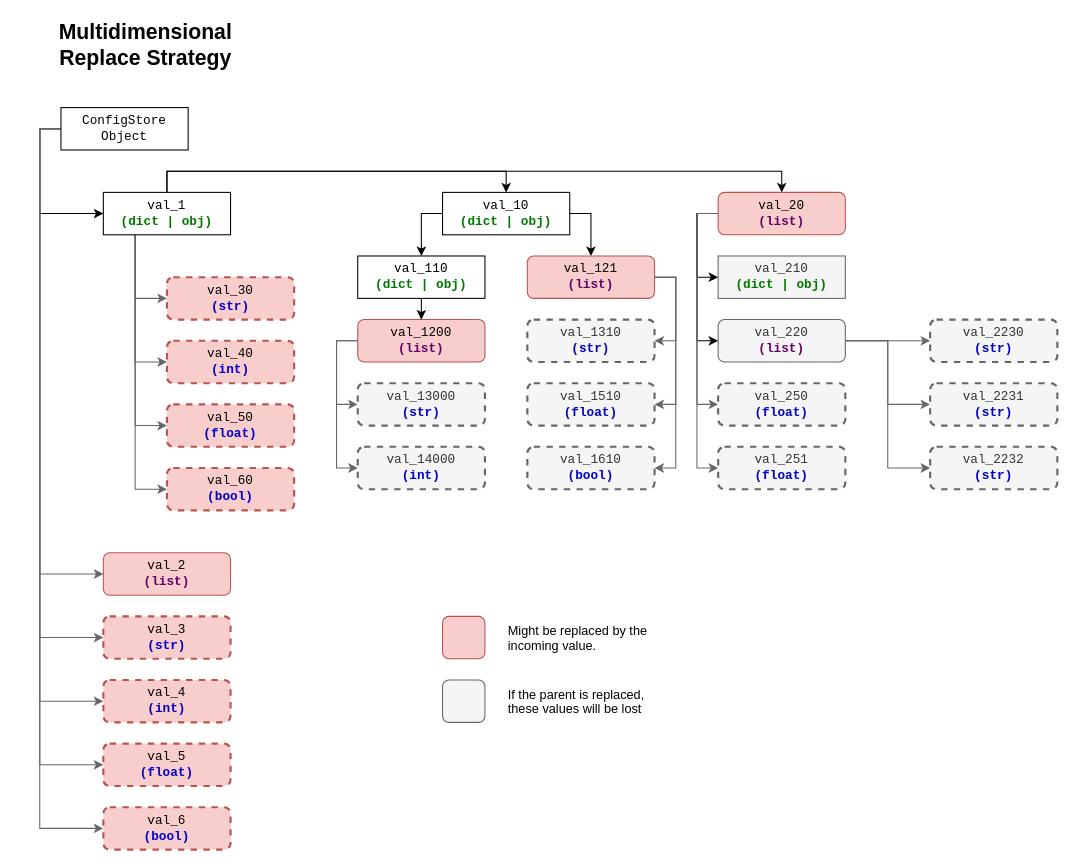
Earlier version of the draw.io diagram page "Recursive Strategy, List Replace" (2 of 3) of docs/schemes/merging-strategies.drawio (PandaHugMonster/py-simputils-config). Source tidied: cells renumbered, new cells numbered last; positions are measured from the earlier drawing's top-left corner, leaving out a move shared by most shapes. Both pictures are drawn from the tidied source at 106%, with x=0, y=0 at pixel (18, 22).
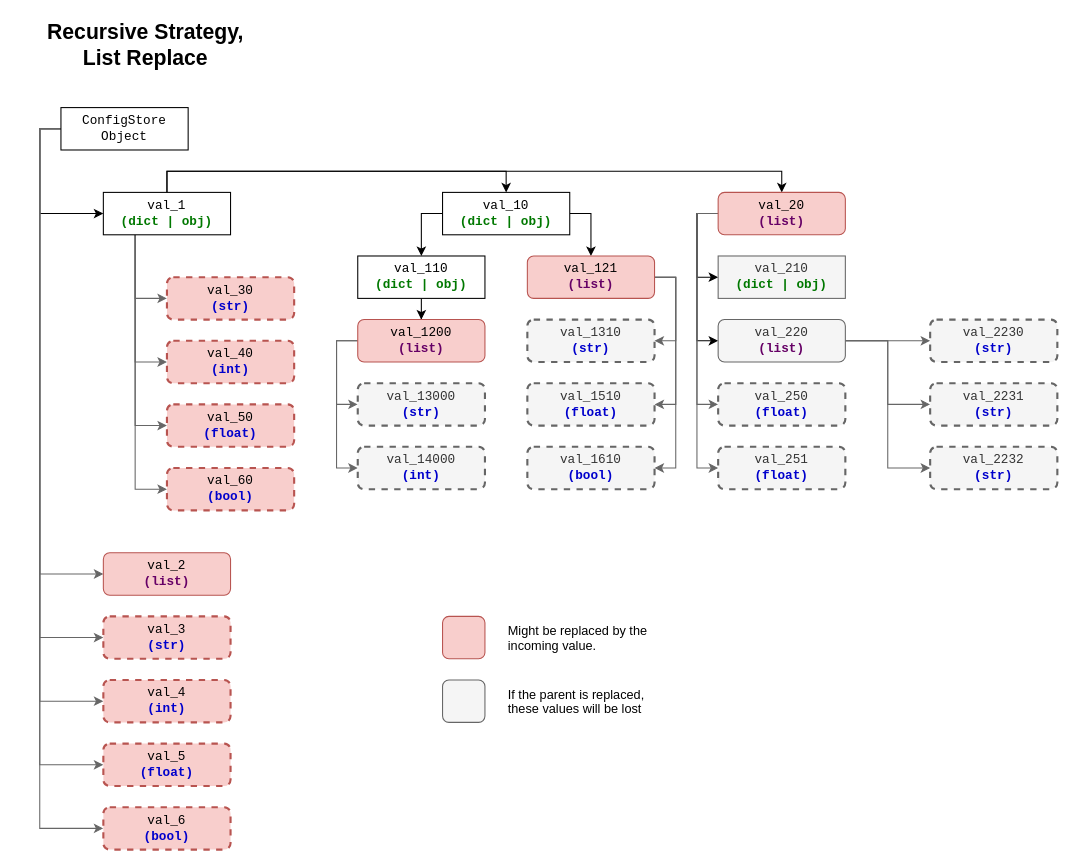
The same page after the edit.

Change to the diagram source:
```diff
@@
-    <mxCell id="2" value="&lt;font style=&quot;font-size: 20px;&quot;&gt;&lt;b&gt;Multidimensional Replace Strategy&lt;/b&gt;&lt;/font&gt;" style="text;html=1;align=center;verticalAlign=middle;whiteSpace=wrap;rounded=0;" parent="1" vertex="1">
+    <mxCell id="2" value="&lt;font style=&quot;font-size: 20px;&quot;&gt;&lt;b&gt;Recursive Strategy,&lt;br&gt;List Replace&lt;br&gt;&lt;/b&gt;&lt;/font&gt;" style="text;html=1;align=center;verticalAlign=middle;whiteSpace=wrap;rounded=0;" parent="1" vertex="1">
       <mxGeometry width="240" height="40" as="geometry" />
     </mxCell>
```
